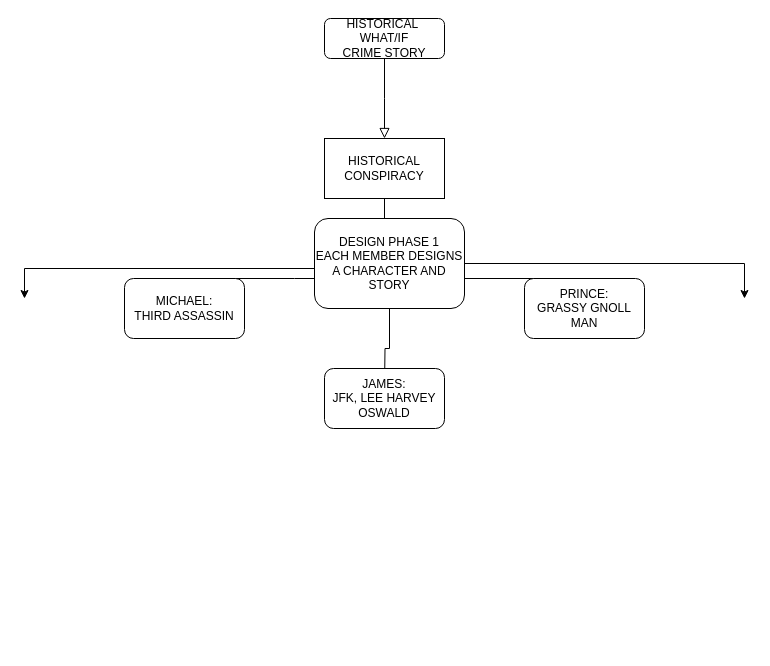
bottack/CN-text-game keeps this draw.io diagram as Untitled Diagram.drawio. Above is the earlier version. Source tidied: cells renumbered, new cells numbered last; positions are measured from the earlier drawing's top-left corner, leaving out a move shared by most shapes. Both pictures are drawn from the tidied source at 100%, with x=0, y=0 at pixel (24, 18).
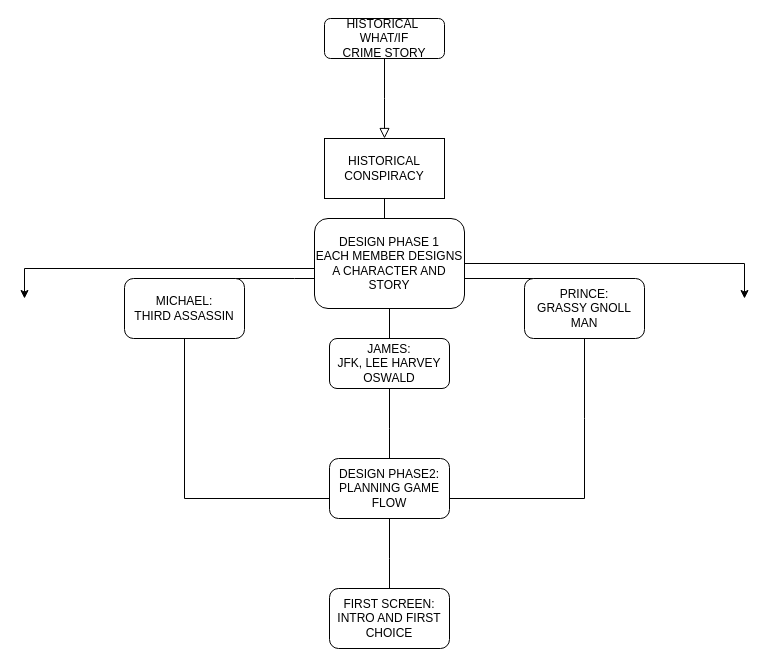
Above is the later version.

Unchanged cells that the change refers to:
```xml
<mxCell id="12" value="MICHAEL:&lt;br&gt;THIRD ASSASSIN" style="rounded=1;whiteSpace=wrap;html=1;" parent="1" vertex="1">
  <mxGeometry x="100" y="260" width="120" height="60" as="geometry" />
</mxCell>
<mxCell id="13" value="PRINCE:&lt;br&gt;GRASSY GNOLL MAN" style="rounded=1;whiteSpace=wrap;html=1;" parent="1" vertex="1">
  <mxGeometry x="500" y="260" width="120" height="60" as="geometry" />
</mxCell>
```

The edit, as a diff of the source:
```diff
@@
+    <mxCell id="15" style="edgeStyle=orthogonalEdgeStyle;rounded=0;jettySize=auto;html=1;" parent="1" edge="1" source="12">
+      <mxGeometry relative="1" as="geometry">
+        <mxPoint x="360" y="470" as="targetPoint" />
+        <Array as="points">
+          <mxPoint x="160" y="480" />
+          <mxPoint x="360" y="480" />
+        </Array>
+      </mxGeometry>
+    </mxCell>
@@
+    <mxCell id="16" style="edgeStyle=orthogonalEdgeStyle;rounded=0;jettySize=auto;html=1;" parent="1" edge="1" source="13">
+      <mxGeometry relative="1" as="geometry">
+        <mxPoint x="380" y="480" as="targetPoint" />
+        <Array as="points">
+          <mxPoint x="560" y="400" />
+          <mxPoint x="560" y="400" />
+        </Array>
+      </mxGeometry>
+    </mxCell>
@@
+    <mxCell id="17" style="edgeStyle=orthogonalEdgeStyle;rounded=0;jettySize=auto;html=1;" parent="1" edge="1" source="14">
+      <mxGeometry relative="1" as="geometry">
+        <mxPoint x="365" y="450" as="targetPoint" />
+      </mxGeometry>
+    </mxCell>
     <mxCell id="14" value="JAMES:&lt;br&gt;JFK, LEE HARVEY OSWALD&lt;br&gt;" style="rounded=1;whiteSpace=wrap;html=1;" parent="1" vertex="1">
-      <mxGeometry x="300" y="350" width="120" height="60" as="geometry" />
+      <mxGeometry x="305" y="320" width="120" height="50" as="geometry" />
     </mxCell>
+    <mxCell id="18" style="edgeStyle=orthogonalEdgeStyle;rounded=0;jettySize=auto;html=1;" parent="1" edge="1" source="19">
+      <mxGeometry relative="1" as="geometry">
+        <mxPoint x="365" y="580" as="targetPoint" />
+      </mxGeometry>
+    </mxCell>
+    <mxCell id="19" value="DESIGN PHASE2:&lt;br&gt;PLANNING GAME FLOW" style="rounded=1;whiteSpace=wrap;html=1;" parent="1" vertex="1">
+      <mxGeometry x="305" y="440" width="120" height="60" as="geometry" />
+    </mxCell>
+    <mxCell id="20" value="FIRST SCREEN:&lt;br&gt;INTRO AND FIRST CHOICE" style="rounded=1;whiteSpace=wrap;html=1;" parent="1" vertex="1">
+      <mxGeometry x="305" y="570" width="120" height="60" as="geometry" />
+    </mxCell>
```
